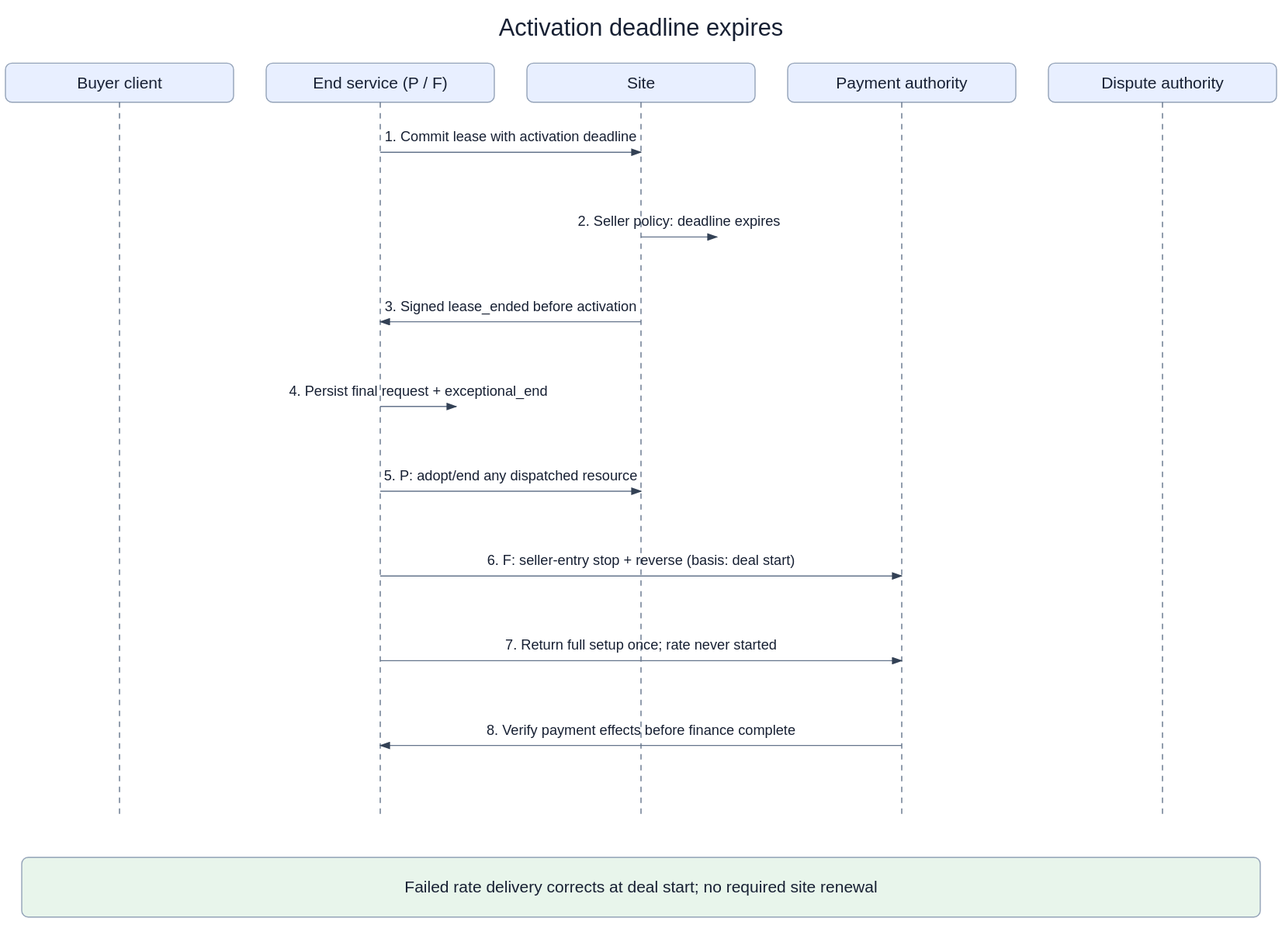
This is openspec/changes/converge-ongoing-compute-leases/diagrams/05-prepaid-activation-deadline-expires.svg from arkhai-io/simple-compute-market, a draw.io export, as it was before one commit. Source tidied: cells renumbered, new cells last; positions are measured from the earlier drawing's top-left corner, leaving out a move shared by most shapes.
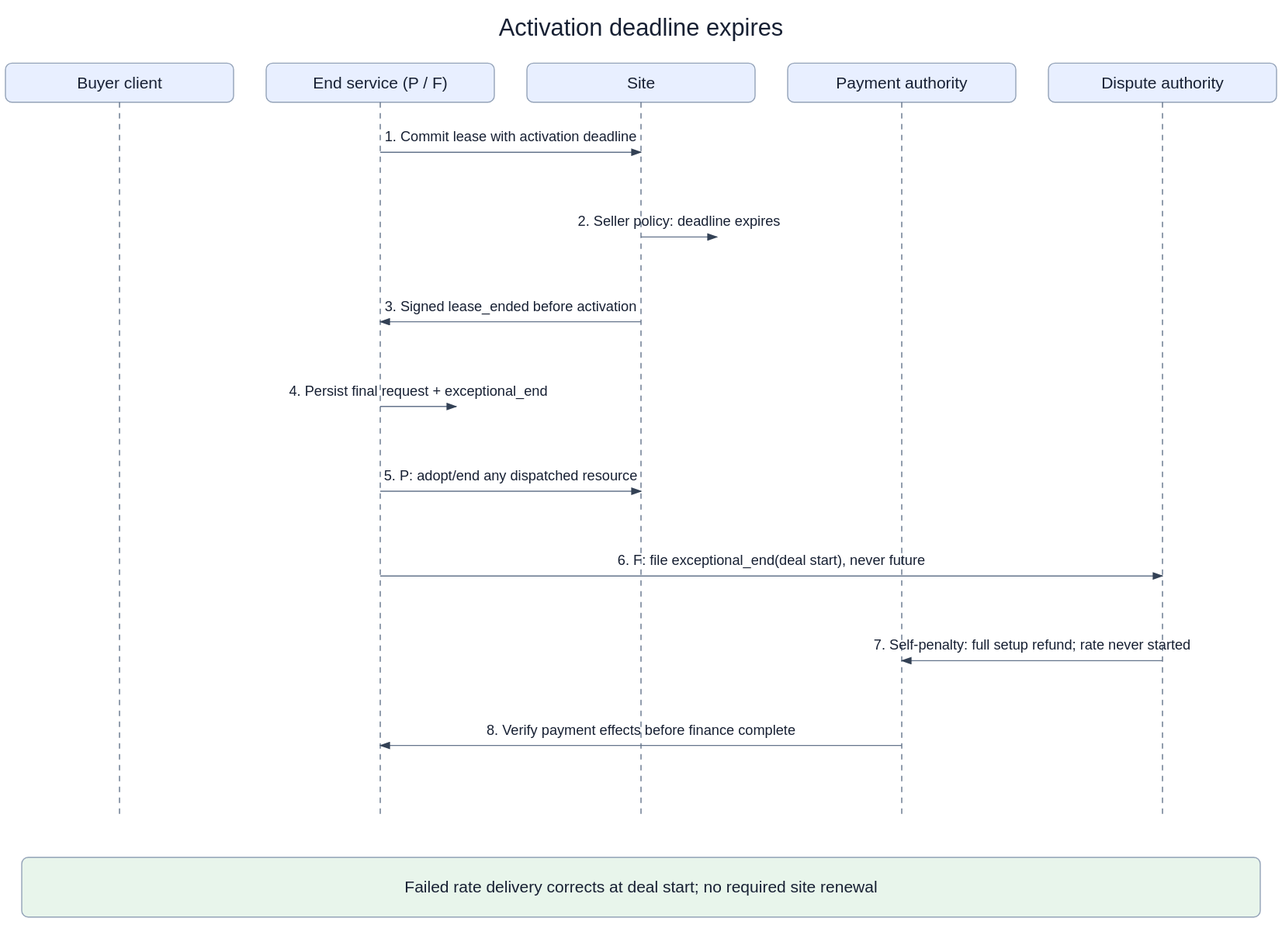
The same file after the commit.

Change to the diagram source:
```diff
@@ -80,15 +80,15 @@
         <mxPoint x="585" y="442" as="targetPoint" />
       </mxGeometry>
     </mxCell>
-    <mxCell id="18" value="6. F: seller-entry stop + reverse (basis: deal start)" style="endArrow=block;fontSize=13;labelBackgroundColor=#ffffff;" parent="1" edge="1">
+    <mxCell id="18" value="6. F: file exceptional_end(deal start), never future" style="endArrow=block;fontSize=13;labelBackgroundColor=#ffffff;" parent="1" edge="1">
       <mxGeometry relative="1" as="geometry">
         <mxPoint x="345" y="520" as="sourcePoint" />
-        <mxPoint x="825" y="520" as="targetPoint" />
+        <mxPoint x="1065" y="520" as="targetPoint" />
       </mxGeometry>
     </mxCell>
-    <mxCell id="19" value="7. Return full setup once; rate never started" style="endArrow=block;fontSize=13;labelBackgroundColor=#ffffff;" parent="1" edge="1">
+    <mxCell id="19" value="7. Self-penalty: full setup refund; rate never started" style="endArrow=block;fontSize=13;labelBackgroundColor=#ffffff;" parent="1" edge="1">
       <mxGeometry relative="1" as="geometry">
-        <mxPoint x="345" y="598" as="sourcePoint" />
+        <mxPoint x="1065" y="598" as="sourcePoint" />
         <mxPoint x="825" y="598" as="targetPoint" />
       </mxGeometry>
     </mxCell>
```
